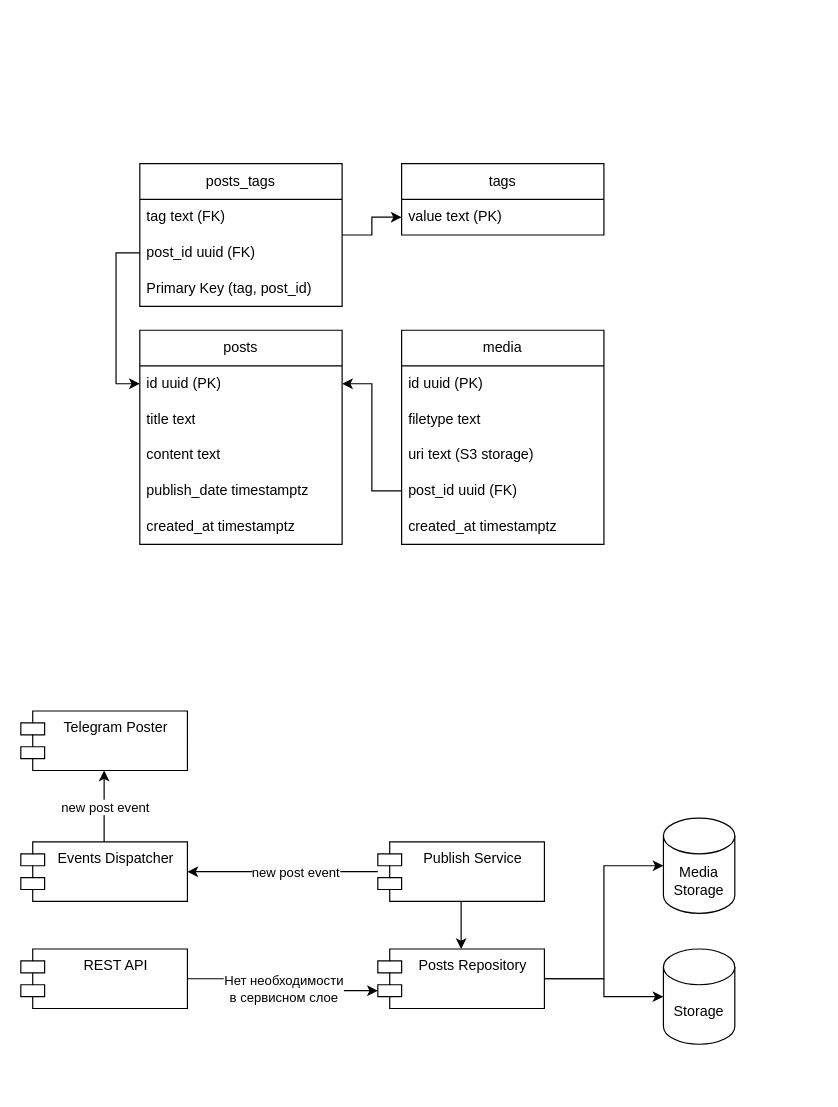
Before: poster.drawio in kostromin59/poster, a draw.io diagram. Source tidied: cells renumbered, new cells numbered last; positions are measured from the earlier drawing's top-left corner, leaving out a move shared by most shapes. Both pictures are drawn from the tidied source at 119%, with x=0, y=0 at pixel (20, 163).
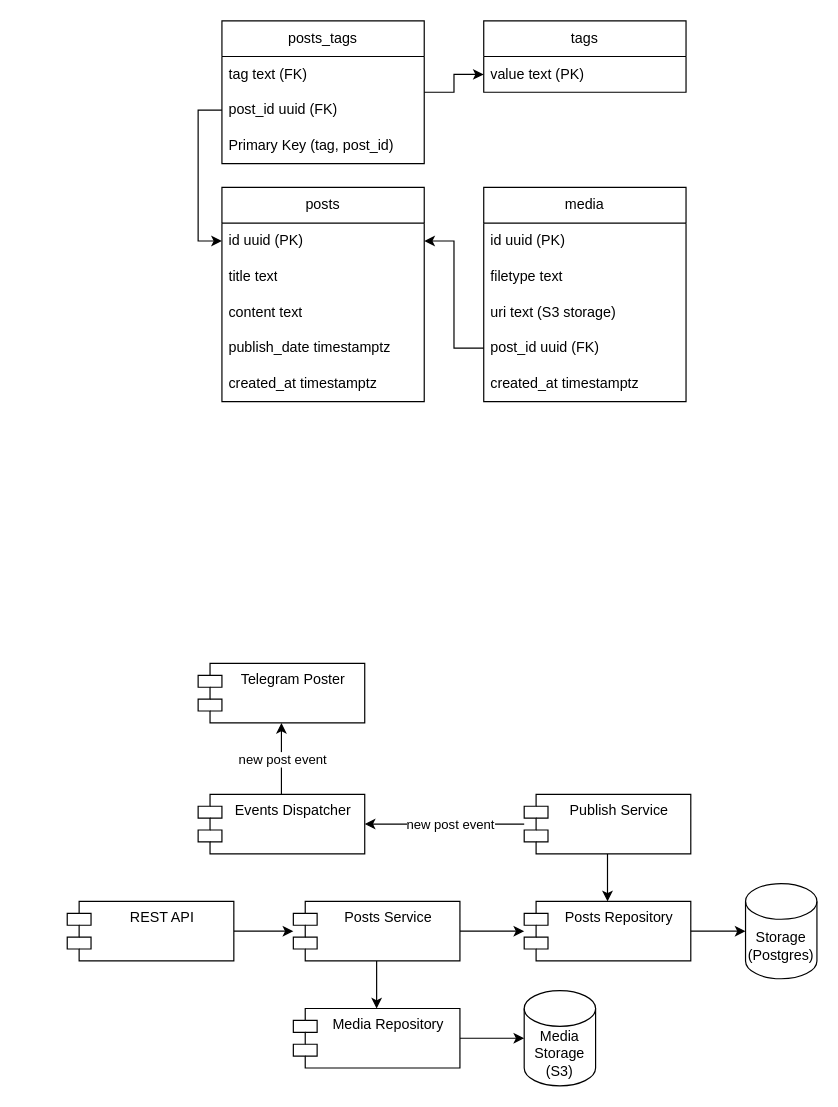
After the change.

Commit message (it also covers changes not shown here):
feat: improve scheme

The edit, as a diff of the source:
```diff
@@
     <mxCell id="2" value="posts" style="swimlane;fontStyle=0;horizontal=1;startSize=30;whiteSpace=wrap;html=1;" parent="1" vertex="1">
-      <mxGeometry x="100" y="140" width="170" height="180" as="geometry" />
+      <mxGeometry x="169" y="20" width="170" height="180" as="geometry" />
     </mxCell>
@@
     <mxCell id="8" value="media" style="swimlane;fontStyle=0;horizontal=1;startSize=30;whiteSpace=wrap;html=1;" parent="1" vertex="1">
-      <mxGeometry x="320" y="140" width="170" height="180" as="geometry" />
+      <mxGeometry x="389" y="20" width="170" height="180" as="geometry" />
     </mxCell>
@@
     <mxCell id="15" value="tags" style="swimlane;fontStyle=0;horizontal=1;startSize=30;whiteSpace=wrap;html=1;" parent="1" vertex="1">
-      <mxGeometry x="320" width="170" height="60" as="geometry" />
+      <mxGeometry x="389" y="-120" width="170" height="60" as="geometry" />
     </mxCell>
@@
     <mxCell id="18" value="posts_tags" style="swimlane;fontStyle=0;horizontal=1;startSize=30;whiteSpace=wrap;html=1;" parent="1" vertex="1">
-      <mxGeometry x="100" width="170" height="120" as="geometry" />
+      <mxGeometry x="169" y="-120" width="170" height="120" as="geometry" />
     </mxCell>
@@
     <mxCell id="23" value="Posts Repository" style="shape=module;align=left;spacingLeft=20;align=center;verticalAlign=top;whiteSpace=wrap;html=1;" parent="1" vertex="1">
-      <mxGeometry x="300" y="660" width="140" height="50" as="geometry" />
+      <mxGeometry x="423" y="620" width="140" height="50" as="geometry" />
     </mxCell>
@@
-    <mxCell id="25" style="edgeStyle=orthogonalEdgeStyle;rounded=0;jettySize=auto;html=1;entryX=0;entryY=0.5;entryDx=0;entryDy=0;entryPerimeter=0;" parent="1" edge="1" source="23" target="27">
+    <mxCell id="25" style="edgeStyle=orthogonalEdgeStyle;rounded=0;jettySize=auto;html=1;entryX=0;entryY=0.5;entryDx=0;entryDy=0;entryPerimeter=0;exitX=1;exitY=0.5;exitDx=0;exitDy=0;" parent="1" edge="1" source="43" target="27">
       <mxGeometry relative="1" as="geometry" />
     </mxCell>
     <mxCell id="26" value="Telegram Poster" style="shape=module;align=left;spacingLeft=20;align=center;verticalAlign=top;whiteSpace=wrap;html=1;" parent="1" vertex="1">
-      <mxGeometry y="460" width="140" height="50" as="geometry" />
+      <mxGeometry x="149" y="420" width="140" height="50" as="geometry" />
     </mxCell>
-    <mxCell id="27" value="Media&lt;br&gt;Storage" style="shape=cylinder3;whiteSpace=wrap;html=1;boundedLbl=1;backgroundOutline=1;size=15;" parent="1" vertex="1">
-      <mxGeometry x="540" y="550" width="60" height="80" as="geometry" />
+    <mxCell id="27" value="Media&lt;br&gt;Storage (S3)" style="shape=cylinder3;whiteSpace=wrap;html=1;boundedLbl=1;backgroundOutline=1;size=15;" parent="1" vertex="1">
+      <mxGeometry x="423" y="695" width="60" height="80" as="geometry" />
     </mxCell>
-    <mxCell id="28" value="Storage" style="shape=cylinder3;whiteSpace=wrap;html=1;boundedLbl=1;backgroundOutline=1;size=15;" parent="1" vertex="1">
-      <mxGeometry x="540" y="660" width="60" height="80" as="geometry" />
+    <mxCell id="28" value="Storage&lt;br&gt;(Postgres)" style="shape=cylinder3;whiteSpace=wrap;html=1;boundedLbl=1;backgroundOutline=1;size=15;" parent="1" vertex="1">
+      <mxGeometry x="609" y="605" width="60" height="80" as="geometry" />
     </mxCell>
+    <mxCell id="39" style="edgeStyle=orthogonalEdgeStyle;rounded=0;jettySize=auto;html=1;" parent="1" edge="1" source="29" target="42">
+      <mxGeometry relative="1" as="geometry" />
+    </mxCell>
     <mxCell id="29" value="REST API" style="shape=module;align=left;spacingLeft=20;align=center;verticalAlign=top;whiteSpace=wrap;html=1;" parent="1" vertex="1">
-      <mxGeometry y="660" width="140" height="50" as="geometry" />
+      <mxGeometry x="39" y="620" width="140" height="50" as="geometry" />
     </mxCell>
-    <mxCell id="30" style="edgeStyle=orthogonalEdgeStyle;rounded=0;jettySize=auto;html=1;entryX=0;entryY=0;entryDx=0;entryDy=35;entryPerimeter=0;" parent="1" edge="1" source="29" target="23">
-      <mxGeometry relative="1" as="geometry" />
-    </mxCell>
-    <mxCell id="31" value="Нет необходимости&lt;br&gt;в сервисном слое" style="edgeLabel;html=1;align=center;verticalAlign=middle;" parent="30" vertex="1">
-      <mxGeometry x="0.03" relative="1" as="geometry" />
-    </mxCell>
@@
     <mxCell id="33" style="edgeStyle=orthogonalEdgeStyle;rounded=0;jettySize=auto;html=1;" parent="1" edge="1" source="35" target="38">
       <mxGeometry relative="1" as="geometry">
         <Array as="points">
-          <mxPoint x="280" y="595" />
-          <mxPoint x="280" y="595" />
+          <mxPoint x="403" y="555" />
+          <mxPoint x="403" y="555" />
         </Array>
       </mxGeometry>
     </mxCell>
     <mxCell id="34" value="new post event" style="edgeLabel;html=1;align=center;verticalAlign=middle;" parent="33" vertex="1">
       <mxGeometry x="0.06" y="-1" relative="1" as="geometry">
-        <mxPoint x="15" y="1" as="offset" />
+        <mxPoint x="8" y="1" as="offset" />
       </mxGeometry>
     </mxCell>
     <mxCell id="35" value="Publish Service" style="shape=module;align=left;spacingLeft=20;align=center;verticalAlign=top;whiteSpace=wrap;html=1;" parent="1" vertex="1">
-      <mxGeometry x="300" y="570" width="140" height="50" as="geometry" />
+      <mxGeometry x="423" y="530" width="140" height="50" as="geometry" />
     </mxCell>
@@
     <mxCell id="38" value="Events Dispatcher" style="shape=module;align=left;spacingLeft=20;align=center;verticalAlign=top;whiteSpace=wrap;html=1;" parent="1" vertex="1">
-      <mxGeometry y="570" width="140" height="50" as="geometry" />
+      <mxGeometry x="149" y="530" width="140" height="50" as="geometry" />
     </mxCell>
+    <mxCell id="40" style="edgeStyle=orthogonalEdgeStyle;rounded=0;jettySize=auto;html=1;" parent="1" edge="1" source="42" target="23">
+      <mxGeometry relative="1" as="geometry" />
+    </mxCell>
+    <mxCell id="41" style="edgeStyle=orthogonalEdgeStyle;rounded=0;jettySize=auto;html=1;entryX=0.5;entryY=0;entryDx=0;entryDy=0;" parent="1" edge="1" source="42" target="43">
+      <mxGeometry relative="1" as="geometry" />
+    </mxCell>
+    <mxCell id="42" value="Posts Service" style="shape=module;align=left;spacingLeft=20;align=center;verticalAlign=top;whiteSpace=wrap;html=1;" parent="1" vertex="1">
+      <mxGeometry x="229" y="620" width="140" height="50" as="geometry" />
+    </mxCell>
+    <mxCell id="43" value="Media Repository" style="shape=module;align=left;spacingLeft=20;align=center;verticalAlign=top;whiteSpace=wrap;html=1;" parent="1" vertex="1">
+      <mxGeometry x="229" y="710" width="140" height="50" as="geometry" />
+    </mxCell>
```
